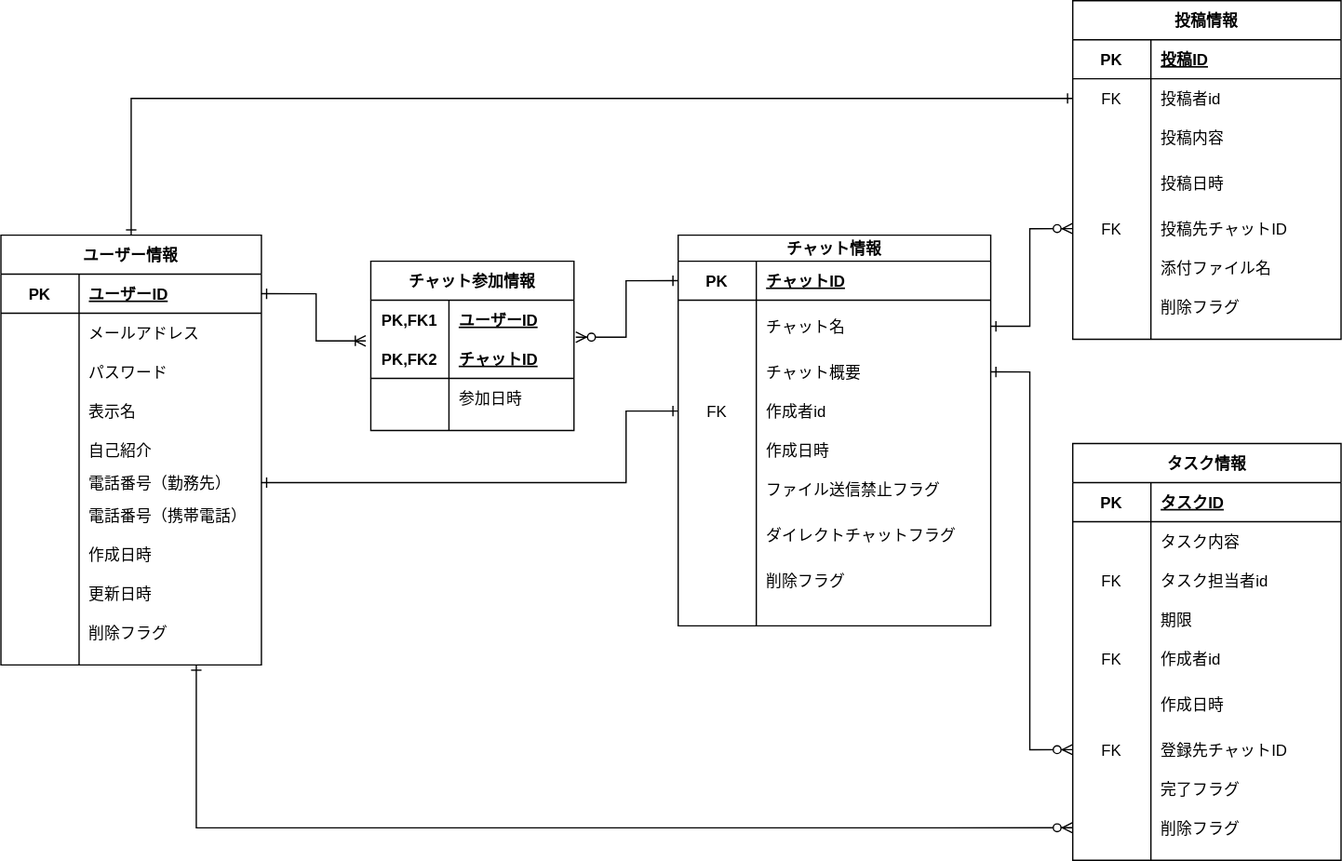
Above: db/db-challenge1/ERDiagram.drawio.svg in fjsho/codegym-db (draw.io), before the change. Source tidied: cells renumbered, new cells last; positions are measured from the earlier drawing's top-left corner, leaving out a move shared by most shapes.
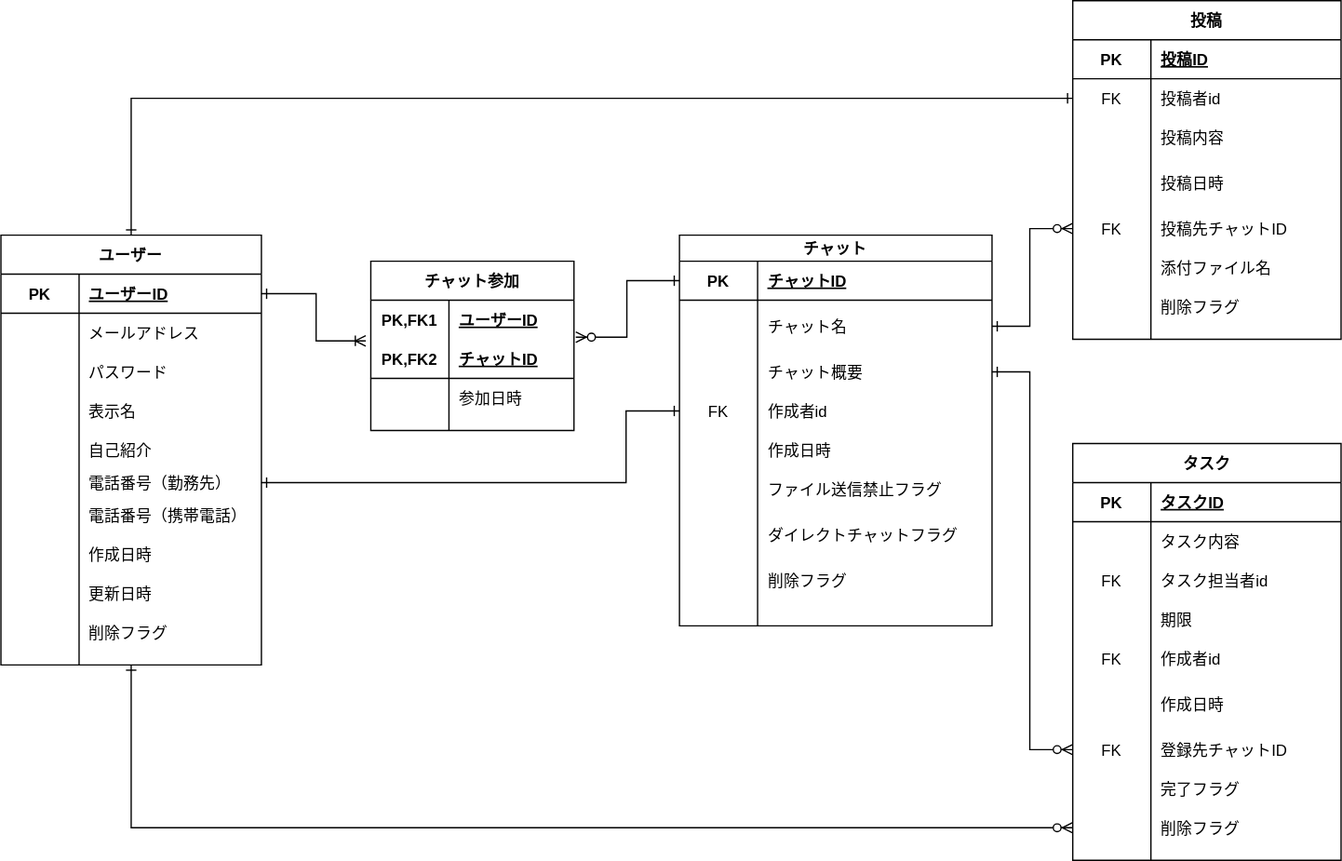
After the commit.

Commit message:
[fix]テーブル名の修正（"情報"の削除）

Change to the diagram source:
```diff
@@ -5,7 +5,7 @@
     <mxCell id="2" style="edgeStyle=orthogonalEdgeStyle;rounded=0;jettySize=auto;html=1;startArrow=ERone;startFill=0;endArrow=ERoneToMany;endFill=0;entryX=-0.025;entryY=0.04;entryDx=0;entryDy=0;entryPerimeter=0;exitX=1;exitY=0.5;exitDx=0;exitDy=0;" parent="1" edge="1" source="4" target="116">
       <mxGeometry relative="1" as="geometry" />
     </mxCell>
-    <mxCell id="3" value="ユーザー情報" style="shape=table;startSize=30;rowLines=0;fontStyle=1;align=center;" parent="1" vertex="1">
+    <mxCell id="3" value="ユーザー" style="shape=table;startSize=30;rowLines=0;fontStyle=1;align=center;" parent="1" vertex="1">
       <mxGeometry y="180" width="200" height="330" as="geometry" />
     </mxCell>
     <mxCell id="4" style="shape=partialRectangle;fillColor=none;top=0;left=0;bottom=1;right=0;points=[[0,0.5],[1,0.5]];portConstraint=eastwest;" parent="3" vertex="1">
@@ -106,8 +106,8 @@
         </Array>
       </mxGeometry>
     </mxCell>
-    <mxCell id="35" value="チャット情報" style="shape=table;startSize=20;rowLines=0;fontStyle=1;align=center;" parent="1" vertex="1">
-      <mxGeometry x="520" y="180" width="240" height="300" as="geometry" />
+    <mxCell id="35" value="チャット" style="shape=table;startSize=20;rowLines=0;fontStyle=1;align=center;" parent="1" vertex="1">
+      <mxGeometry x="521" y="180" width="240" height="300" as="geometry" />
     </mxCell>
     <mxCell id="36" style="shape=partialRectangle;fillColor=none;top=0;left=0;bottom=1;right=0;points=[[0,0.5],[1,0.5]];portConstraint=eastwest;" parent="35" vertex="1">
       <mxGeometry y="20" width="240" height="30" as="geometry" />
@@ -181,7 +181,7 @@
     <mxCell id="59" value="削除フラグ" style="shape=partialRectangle;fillColor=none;top=0;left=0;bottom=0;right=0;align=left;spacingLeft=6;overflow=hidden;" parent="57" vertex="1">
       <mxGeometry x="60" width="180" height="30" as="geometry" />
     </mxCell>
-    <mxCell id="60" value="投稿情報" style="shape=table;startSize=30;rowLines=0;fontStyle=1;align=center;" parent="1" vertex="1">
+    <mxCell id="60" value="投稿" style="shape=table;startSize=30;rowLines=0;fontStyle=1;align=center;" parent="1" vertex="1">
       <mxGeometry x="823" width="206" height="260" as="geometry" />
     </mxCell>
     <mxCell id="61" style="shape=partialRectangle;fillColor=none;top=0;left=0;bottom=1;right=0;" parent="60" vertex="1">
@@ -247,7 +247,7 @@
     <mxCell id="81" value="削除フラグ" style="shape=partialRectangle;fillColor=none;top=0;left=0;bottom=0;right=0;align=left;spacingLeft=6;overflow=hidden;" parent="79" vertex="1">
       <mxGeometry x="60" width="146" height="30" as="geometry" />
     </mxCell>
-    <mxCell id="82" value="タスク情報" style="shape=table;startSize=30;rowLines=0;fontStyle=1;align=center;" parent="1" vertex="1">
+    <mxCell id="82" value="タスク" style="shape=table;startSize=30;rowLines=0;fontStyle=1;align=center;" parent="1" vertex="1">
       <mxGeometry x="823" y="340" width="206" height="320" as="geometry" />
     </mxCell>
     <mxCell id="83" style="shape=partialRectangle;fillColor=none;top=0;left=0;bottom=1;right=0;" parent="82" vertex="1">
@@ -342,7 +342,7 @@
     <mxCell id="111" style="edgeStyle=orthogonalEdgeStyle;rounded=0;jettySize=auto;html=1;exitX=0;exitY=0.5;exitDx=0;exitDy=0;startArrow=ERone;startFill=0;endArrow=ERzeroToMany;endFill=1;entryX=1.009;entryY=0.945;entryDx=0;entryDy=0;entryPerimeter=0;" parent="1" edge="1" source="36" target="113">
       <mxGeometry relative="1" as="geometry" />
     </mxCell>
-    <mxCell id="112" value="チャット参加情報" style="shape=table;startSize=30;rowLines=0;fontStyle=1;align=center;" parent="1" vertex="1">
+    <mxCell id="112" value="チャット参加" style="shape=table;startSize=30;rowLines=0;fontStyle=1;align=center;" parent="1" vertex="1">
       <mxGeometry x="284" y="200" width="156" height="130" as="geometry" />
     </mxCell>
     <mxCell id="113" style="shape=partialRectangle;fillColor=none;top=0;left=0;bottom=0;right=0;points=[[0,0.5],[1,0.5]];portConstraint=eastwest;" parent="112" vertex="1">
@@ -380,10 +380,10 @@
         </Array>
       </mxGeometry>
     </mxCell>
-    <mxCell id="123" style="edgeStyle=orthogonalEdgeStyle;rounded=0;jettySize=auto;html=1;startArrow=ERzeroToMany;startFill=1;endArrow=ERone;endFill=0;entryX=0.75;entryY=1;entryDx=0;entryDy=0;exitX=0;exitY=0.5;exitDx=0;exitDy=0;" parent="1" edge="1" source="107" target="3">
+    <mxCell id="123" style="edgeStyle=orthogonalEdgeStyle;rounded=0;jettySize=auto;html=1;startArrow=ERzeroToMany;startFill=1;endArrow=ERone;endFill=0;entryX=0.5;entryY=1;entryDx=0;entryDy=0;exitX=0;exitY=0.5;exitDx=0;exitDy=0;" parent="1" edge="1" source="107" target="3">
       <mxGeometry relative="1" as="geometry">
         <Array as="points">
-          <mxPoint x="150" y="635" />
+          <mxPoint x="100" y="635" />
         </Array>
       </mxGeometry>
     </mxCell>
```
